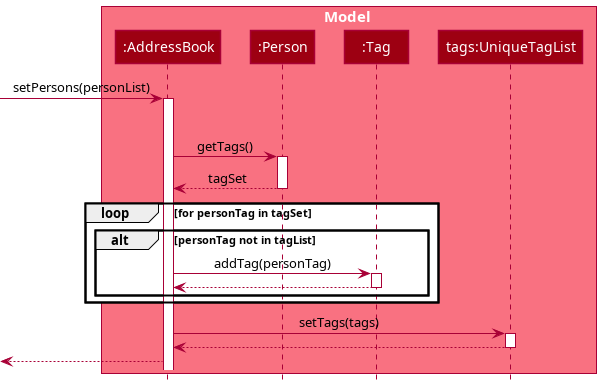
This is docs/images/AddressBookSetPersonsSequenceDiagram.png from nus-cs2103-AY2122S2/tp, a PlantUML export, as it was before one commit.
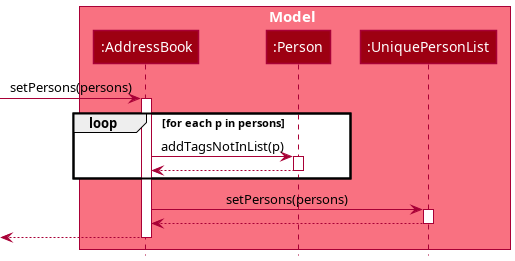
The same diagram one commit later.

Commit message:
Fix sequence diagrams

What changed in the source:
```diff
@@ -4,29 +4,22 @@
 box Model MODEL_COLOR_T1
 participant ":AddressBook" as AddressBook MODEL_COLOR
 participant ":Person" as Person MODEL_COLOR
-participant ":Tag" as Tag MODEL_COLOR
-participant "tags:UniqueTagList" as UniqueTagList MODEL_COLOR
+participant ":UniquePersonList" as UniquePersonList MODEL_COLOR
 end box
 
-[-> AddressBook : setPersons(personList)
+[-> AddressBook : setPersons(persons)
 activate AddressBook
-loop for each p in personList
-    AddressBook -> Person : getTags()
+loop for each p in persons
+    AddressBook -> Person : addTagsNotInList(p)
     activate Person
-    Person --> AddressBook : tagSet
+    Person --> AddressBook
     deactivate Person
-    loop for personTag in tagSet
-        alt personTag not in tagList
-            AddressBook -> Tag : addTag(personTag)
-            activate Tag
-            Tag --> AddressBook
-            deactivate Tag
-    end
 end
-AddressBook -> UniqueTagList : setTags(tags)
-activate UniqueTagList
-UniqueTagList --> AddressBook
-deactivate UniqueTagList
+AddressBook -> UniquePersonList : setPersons(persons)
+activate UniquePersonList
+UniquePersonList --> AddressBook
+deactivate UniquePersonList
 [<-- AddressBook
+deactivate AddressBook
 
 @enduml
```
